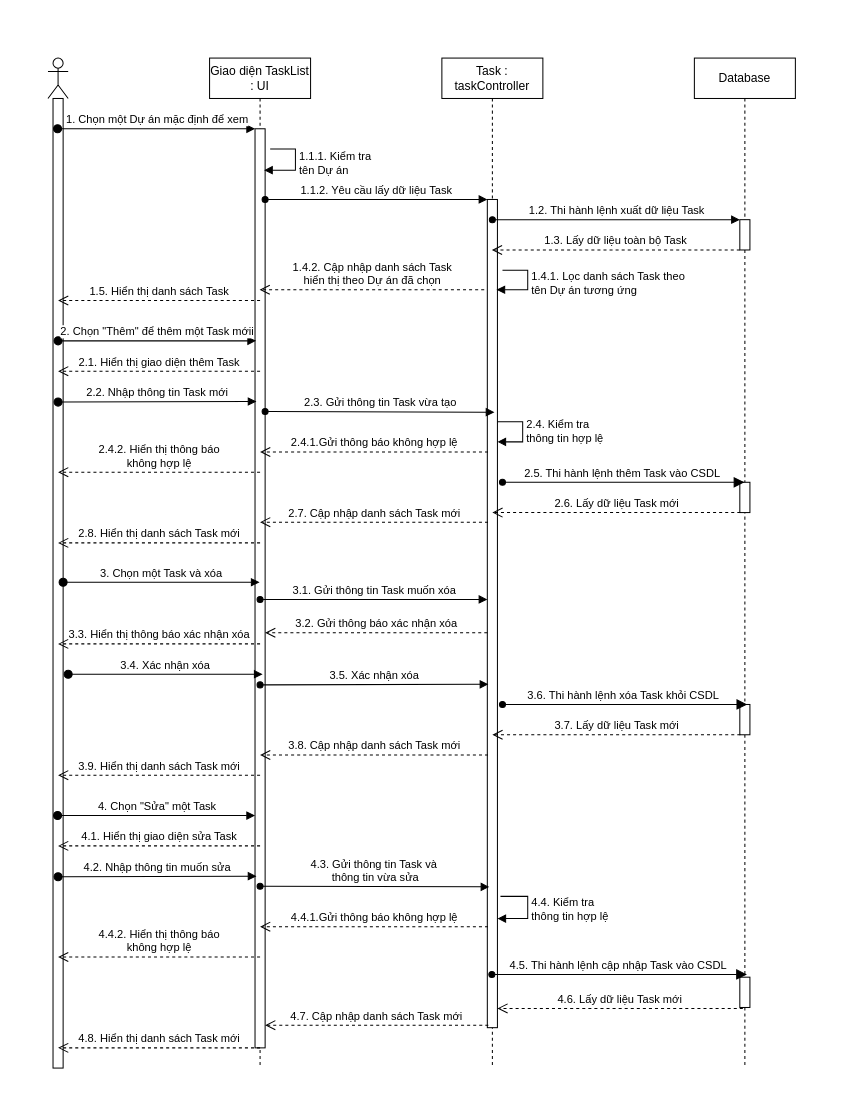
Earlier version of the draw.io diagram ToDoApp-Doc/Document/Diagram/Sequence Diagram/DefaultProjectManagement/DefaultProjectManagement_SequenceDiagram.drawio (Merevoli-DatLuu/To-Do-App). Source tidied: cells renumbered, new cells numbered last; positions are measured from the earlier drawing's top-left corner, leaving out a move shared by most shapes. Both pictures are drawn from the tidied source at 101%, with x=0, y=0 at pixel (17, 17).
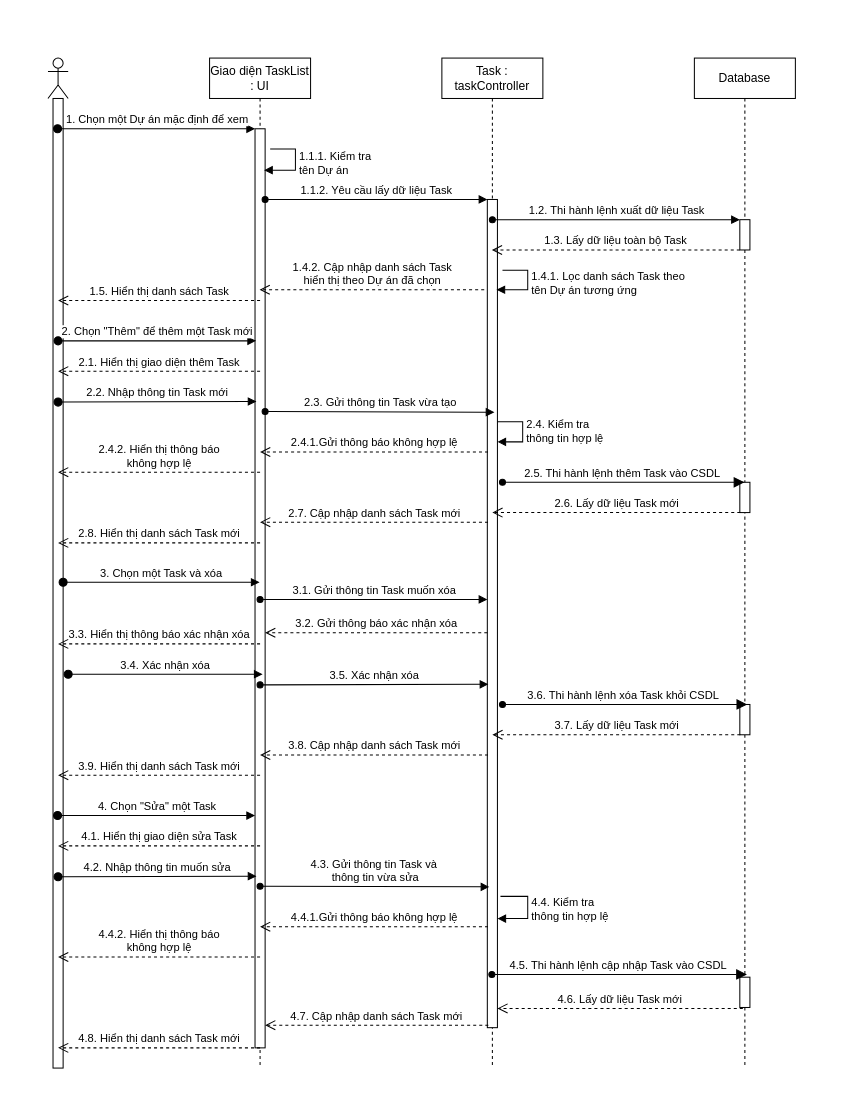
After the change.

Commit message (it also covers changes not shown here):
[Modified]: DefaultProjectManagement Sequence Diagram

Change to the diagram source:
```diff
@@
-    <mxCell id="22" value="2. Chọn &quot;Thêm&quot; để thêm một Task mớii" style="html=1;verticalAlign=bottom;startArrow=oval;endArrow=block;startSize=8;" parent="1" edge="1">
+    <mxCell id="22" value="2. Chọn &quot;Thêm&quot; để thêm một Task mới" style="html=1;verticalAlign=bottom;startArrow=oval;endArrow=block;startSize=8;" parent="1" edge="1">
       <mxGeometry relative="1" as="geometry">
         <mxPoint x="40" y="320" as="sourcePoint" />
         <mxPoint x="236" y="320" as="targetPoint" />
       </mxGeometry>
     </mxCell>
```
